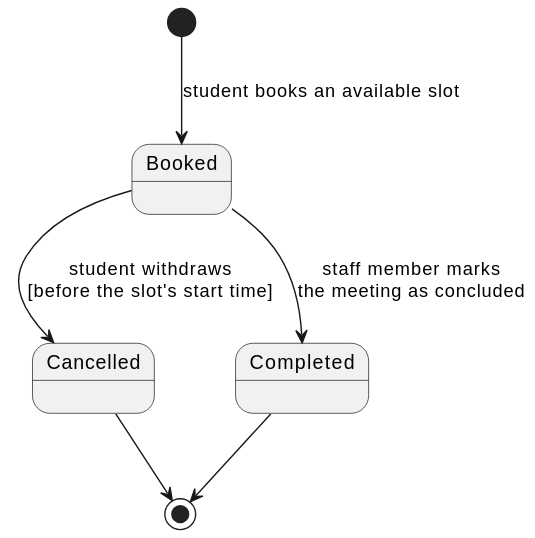
unibo-dtm-se-2526-PRONTO/report keeps this PlantUML diagram as sections/03-design/assets/appointment.svg. Above is the earlier version.
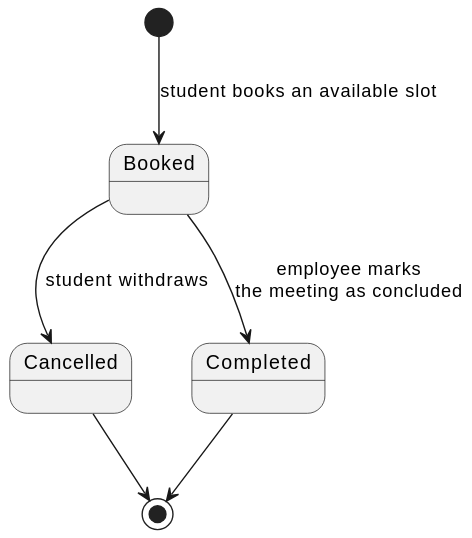
The same file after the commit.

Diff of the diagram source:
```diff
@@ -3,8 +3,8 @@
 
 [*] --> Booked : student books an available slot
 
-Booked --> Cancelled : student withdraws\n[before the slot's start time]
-Booked --> Completed : staff member marks\nthe meeting as concluded
+Booked --> Cancelled : student withdraws
+Booked --> Completed : employee marks\nthe meeting as concluded
 
 Cancelled --> [*]
 Completed --> [*]
```
